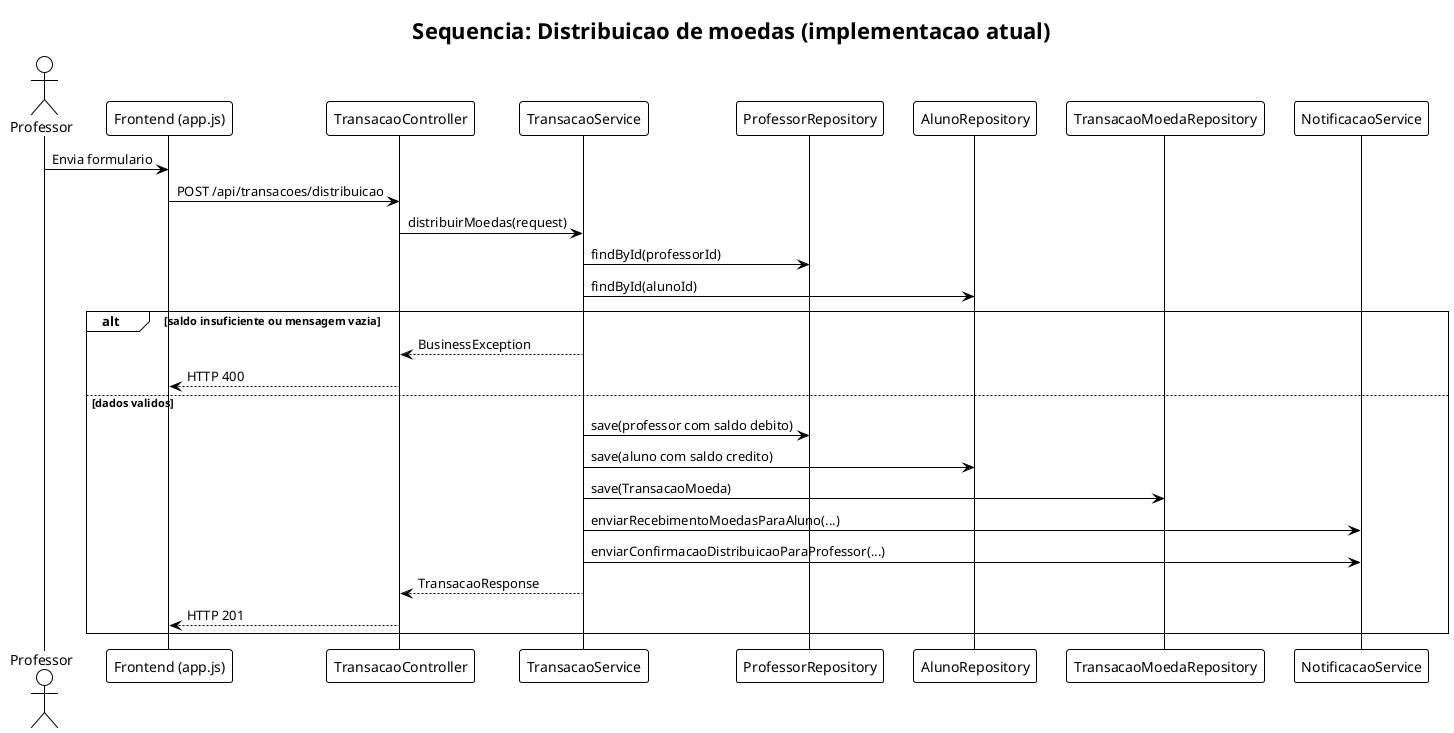
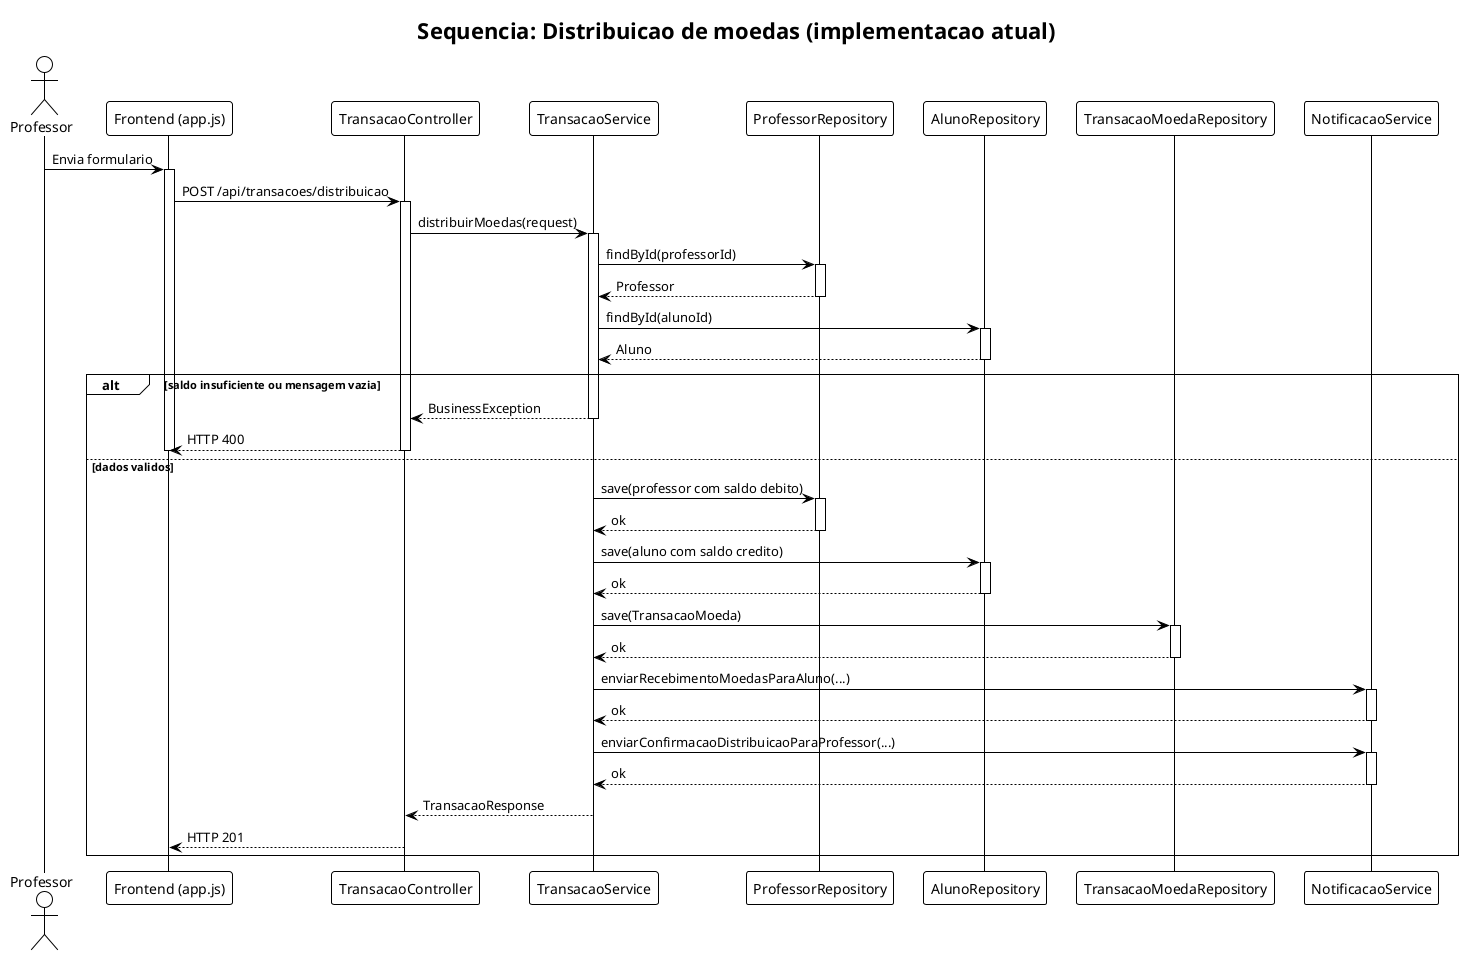
@startuml sequencia-distribuicao-moedas
!theme plain
title Sequencia: Distribuicao de moedas (implementacao atual)

actor Professor
participant "Frontend (app.js)" as UI
participant "TransacaoController" as TC
participant "TransacaoService" as TS
participant "ProfessorRepository" as PR
participant "AlunoRepository" as AR
participant "TransacaoMoedaRepository" as TR
participant "NotificacaoService" as NS

Professor -> UI: Envia formulario
+ activate UI
+ 
UI -> TC: POST /api/transacoes/distribuicao
+ activate TC
+ 
TC -> TS: distribuirMoedas(request)
+ activate TS
+ 
TS -> PR: findById(professorId)
+ activate PR
+ PR --> TS: Professor
+ deactivate PR
+ 
TS -> AR: findById(alunoId)
+ activate AR
+ AR --> TS: Aluno
+ deactivate AR

alt saldo insuficiente ou mensagem vazia
  TS --> TC: BusinessException
+   deactivate TS
  TC --> UI: HTTP 400
+   deactivate TC
+   deactivate UI
else dados validos
  TS -> PR: save(professor com saldo debito)
+   activate PR
+   PR --> TS: ok
+   deactivate PR
  TS -> AR: save(aluno com saldo credito)
+   activate AR
+   AR --> TS: ok
+   deactivate AR
  TS -> TR: save(TransacaoMoeda)
+   activate TR
+   TR --> TS: ok
+   deactivate TR
  TS -> NS: enviarRecebimentoMoedasParaAluno(...)
+   activate NS
+   NS --> TS: ok
+   deactivate NS
  TS -> NS: enviarConfirmacaoDistribuicaoParaProfessor(...)
+   activate NS
+   NS --> TS: ok
+   deactivate NS
  TS --> TC: TransacaoResponse
+   deactivate TS
  TC --> UI: HTTP 201
+   deactivate TC
+   deactivate UI
end

@enduml
